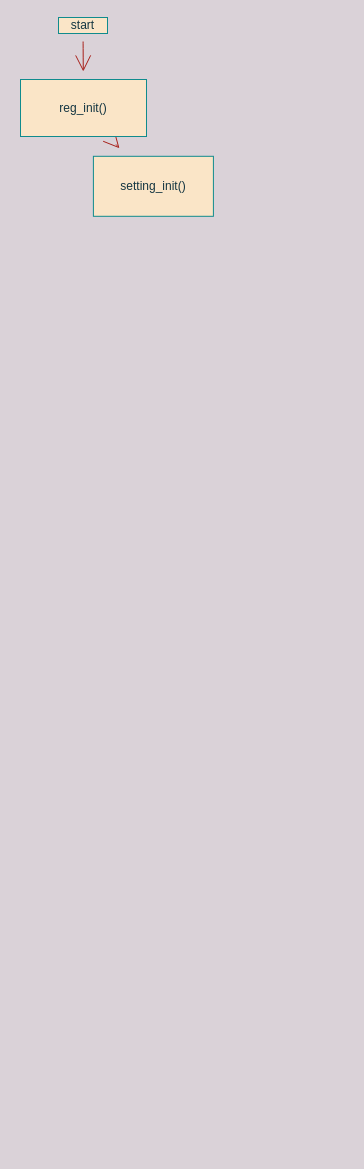
This is mini_scope.drawio from grander1/draw_io, a draw.io file, before an edit. Source tidied: cells renumbered, new cells numbered last; positions are measured from the earlier drawing's top-left corner, leaving out a move shared by most shapes. Both pictures are drawn from the tidied source at 100%, with x=0, y=0 at pixel (20, 17).
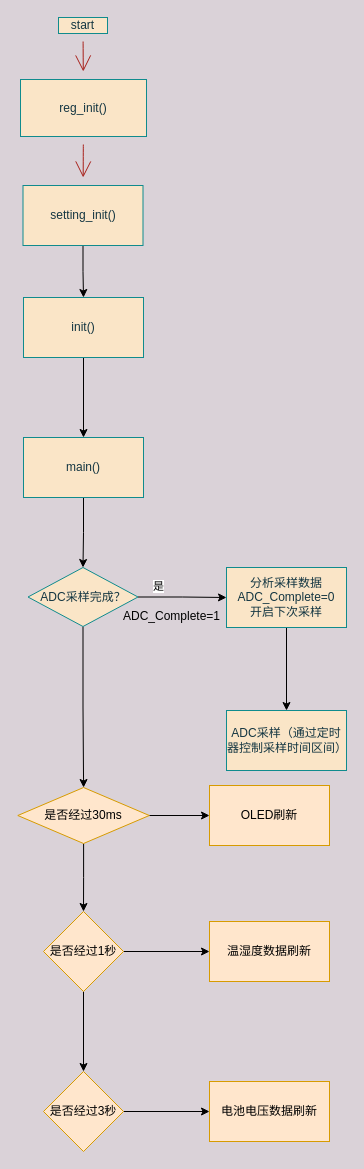
The same page after the edit.

Diff of the diagram source:
```diff
@@
+    <mxCell id="7" style="edgeStyle=orthogonalEdgeStyle;rounded=0;jettySize=auto;html=1;" parent="1" edge="1" source="6" target="9">
+      <mxGeometry relative="1" as="geometry" />
+    </mxCell>
     <mxCell id="6" value="setting_init()" style="whiteSpace=wrap;html=1;hachureGap=4;strokeColor=#0F8B8D;fontColor=#143642;fillColor=#FAE5C7;" parent="1" vertex="1">
-      <mxGeometry x="72.9" y="138.8" width="120" height="60" as="geometry" />
+      <mxGeometry x="2.5" y="168" width="120" height="60" as="geometry" />
     </mxCell>
+    <mxCell id="8" style="edgeStyle=orthogonalEdgeStyle;rounded=0;jettySize=auto;html=1;" parent="1" edge="1" source="9" target="11">
+      <mxGeometry relative="1" as="geometry" />
+    </mxCell>
+    <mxCell id="9" value="init()" style="whiteSpace=wrap;html=1;fillColor=#FAE5C7;strokeColor=#0F8B8D;fontColor=#143642;hachureGap=4;" parent="1" vertex="1">
+      <mxGeometry x="3" y="280" width="120" height="60" as="geometry" />
+    </mxCell>
+    <mxCell id="10" style="edgeStyle=orthogonalEdgeStyle;rounded=0;jettySize=auto;html=1;" parent="1" edge="1" source="11" target="15">
+      <mxGeometry relative="1" as="geometry" />
+    </mxCell>
+    <mxCell id="11" value="main()" style="whiteSpace=wrap;html=1;fillColor=#FAE5C7;strokeColor=#0F8B8D;fontColor=#143642;hachureGap=4;" parent="1" vertex="1">
+      <mxGeometry x="3" y="420" width="120" height="60" as="geometry" />
+    </mxCell>
+    <mxCell id="12" style="edgeStyle=orthogonalEdgeStyle;rounded=0;jettySize=auto;html=1;" parent="1" edge="1" source="15" target="17">
+      <mxGeometry relative="1" as="geometry" />
+    </mxCell>
+    <mxCell id="13" value="是" style="edgeLabel;html=1;align=center;verticalAlign=middle;" parent="12" vertex="1">
+      <mxGeometry x="0.19" y="2" relative="1" as="geometry">
+        <mxPoint x="-33" y="-10" as="offset" />
+      </mxGeometry>
+    </mxCell>
+    <mxCell id="14" style="edgeStyle=orthogonalEdgeStyle;rounded=0;jettySize=auto;html=1;" parent="1" edge="1" source="15" target="21">
+      <mxGeometry relative="1" as="geometry" />
+    </mxCell>
+    <mxCell id="15" value="ADC采样完成？" style="rhombus;whiteSpace=wrap;html=1;fillColor=#FAE5C7;strokeColor=#0F8B8D;fontColor=#143642;hachureGap=4;" parent="1" vertex="1">
+      <mxGeometry x="7.5" y="550" width="110" height="59" as="geometry" />
+    </mxCell>
+    <mxCell id="16" style="edgeStyle=orthogonalEdgeStyle;rounded=0;jettySize=auto;html=1;" parent="1" edge="1" source="17" target="18">
+      <mxGeometry relative="1" as="geometry" />
+    </mxCell>
+    <mxCell id="17" value="分析采样数据&lt;br&gt;ADC_Complete=0&lt;br&gt;开启下次采样" style="whiteSpace=wrap;html=1;fillColor=#FAE5C7;strokeColor=#0F8B8D;fontColor=#143642;hachureGap=4;" parent="1" vertex="1">
+      <mxGeometry x="206" y="550" width="120" height="60" as="geometry" />
+    </mxCell>
+    <mxCell id="18" value="ADC采样（通过定时器控制采样时间区间）" style="whiteSpace=wrap;html=1;fillColor=#FAE5C7;strokeColor=#0F8B8D;fontColor=#143642;hachureGap=4;" parent="1" vertex="1">
+      <mxGeometry x="206" y="693" width="120" height="60" as="geometry" />
+    </mxCell>
+    <mxCell id="19" style="edgeStyle=orthogonalEdgeStyle;rounded=0;jettySize=auto;html=1;" parent="1" edge="1" source="21" target="22">
+      <mxGeometry relative="1" as="geometry" />
+    </mxCell>
+    <mxCell id="20" style="edgeStyle=orthogonalEdgeStyle;rounded=0;jettySize=auto;html=1;" parent="1" edge="1" source="21" target="25">
+      <mxGeometry relative="1" as="geometry" />
+    </mxCell>
+    <mxCell id="21" value="是否经过30ms" style="rhombus;whiteSpace=wrap;html=1;fillColor=#ffe6cc;strokeColor=#d79b00;" parent="1" vertex="1">
+      <mxGeometry x="-2.7" y="770" width="131.5" height="56" as="geometry" />
+    </mxCell>
+    <mxCell id="22" value="OLED刷新" style="whiteSpace=wrap;html=1;fillColor=#ffe6cc;strokeColor=#d79b00;" parent="1" vertex="1">
+      <mxGeometry x="189" y="768" width="120" height="60" as="geometry" />
+    </mxCell>
+    <mxCell id="23" style="edgeStyle=orthogonalEdgeStyle;rounded=0;jettySize=auto;html=1;" parent="1" edge="1" source="25" target="26">
+      <mxGeometry relative="1" as="geometry" />
+    </mxCell>
+    <mxCell id="24" style="edgeStyle=orthogonalEdgeStyle;rounded=0;jettySize=auto;html=1;" parent="1" edge="1" source="25" target="28">
+      <mxGeometry relative="1" as="geometry" />
+    </mxCell>
+    <mxCell id="25" value="是否经过1秒" style="rhombus;whiteSpace=wrap;html=1;fillColor=#ffe6cc;strokeColor=#d79b00;" parent="1" vertex="1">
+      <mxGeometry x="23" y="894" width="80" height="80" as="geometry" />
+    </mxCell>
+    <mxCell id="26" value="温湿度数据刷新" style="whiteSpace=wrap;html=1;fillColor=#ffe6cc;strokeColor=#d79b00;" parent="1" vertex="1">
+      <mxGeometry x="189" y="904" width="120" height="60" as="geometry" />
+    </mxCell>
+    <mxCell id="27" style="edgeStyle=orthogonalEdgeStyle;rounded=0;jettySize=auto;html=1;" parent="1" edge="1" source="28" target="29">
+      <mxGeometry relative="1" as="geometry" />
+    </mxCell>
+    <mxCell id="28" value="是否经过3秒" style="rhombus;whiteSpace=wrap;html=1;fillColor=#ffe6cc;strokeColor=#d79b00;" parent="1" vertex="1">
+      <mxGeometry x="23" y="1054" width="80" height="80" as="geometry" />
+    </mxCell>
+    <mxCell id="29" value="电池电压数据刷新" style="whiteSpace=wrap;html=1;fillColor=#ffe6cc;strokeColor=#d79b00;" parent="1" vertex="1">
+      <mxGeometry x="189" y="1064" width="120" height="60" as="geometry" />
+    </mxCell>
+    <mxCell id="30" value="ADC_Complete=1" style="text;html=1;align=center;verticalAlign=middle;strokeColor=none;fillColor=none;" parent="1" vertex="1">
+      <mxGeometry x="91" y="581" width="119" height="35" as="geometry" />
+    </mxCell>
```
